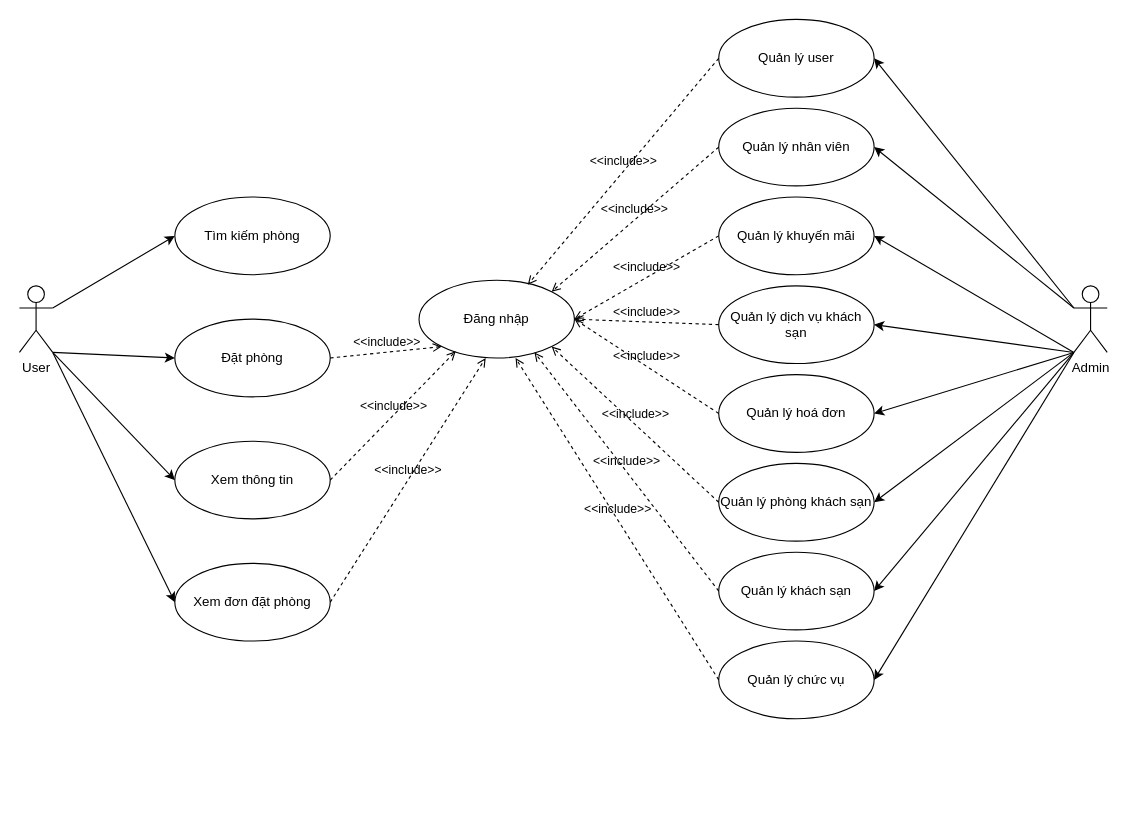
Before: doan_usecase.drawio in alikuxac/alikuxac, a draw.io diagram. Source tidied: cells renumbered, new cells numbered last; positions are measured from the earlier drawing's top-left corner, leaving out a move shared by most shapes. Both pictures are drawn from the tidied source at 111%, with x=0, y=0 at pixel (19, 19).
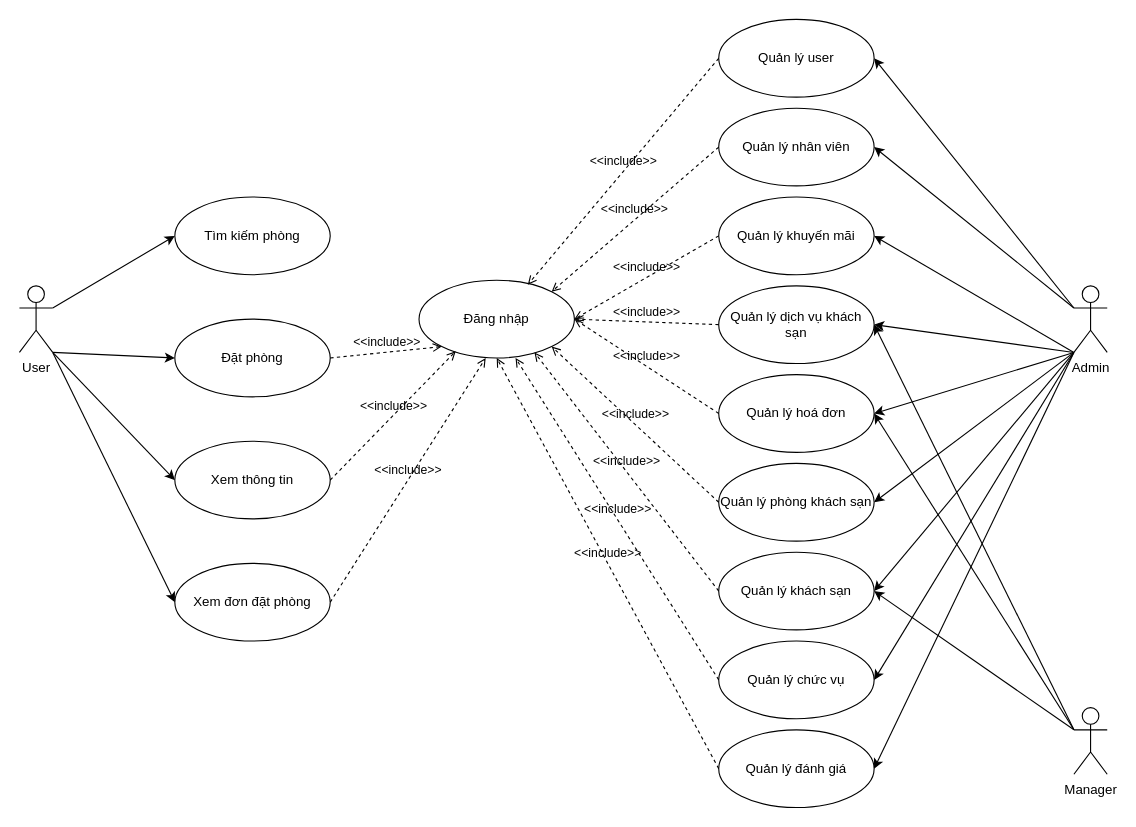
The same page after the edit.

The change refers to these unchanged cells:
```xml
<mxCell id="3" value="Admin" style="shape=umlActor;verticalLabelPosition=bottom;verticalAlign=top;html=1;" parent="1" vertex="1">
  <mxGeometry x="950" y="240" width="30" height="60" as="geometry" />
</mxCell>
<mxCell id="4" value="Đăng nhập" style="ellipse;whiteSpace=wrap;html=1;" parent="1" vertex="1">
  <mxGeometry x="360" y="235" width="140" height="70" as="geometry" />
</mxCell>
<mxCell id="5" value="Quản lý khách sạn" style="ellipse;whiteSpace=wrap;html=1;" parent="1" vertex="1">
  <mxGeometry x="630" y="480" width="140" height="70" as="geometry" />
</mxCell>
<mxCell id="14" value="Quản lý hoá đơn" style="ellipse;whiteSpace=wrap;html=1;" parent="1" vertex="1">
  <mxGeometry x="630" y="320" width="140" height="70" as="geometry" />
</mxCell>
<mxCell id="16" value="Quản lý dịch vụ khách sạn" style="ellipse;whiteSpace=wrap;html=1;" parent="1" vertex="1">
  <mxGeometry x="630" y="240" width="140" height="70" as="geometry" />
</mxCell>
```

Diff of the diagram source:
```diff
@@
+    <mxCell id="40" value="Manager" style="shape=umlActor;verticalLabelPosition=bottom;verticalAlign=top;html=1;outlineConnect=0;" parent="1" vertex="1">
+      <mxGeometry x="950" y="620" width="30" height="60" as="geometry" />
+    </mxCell>
+    <mxCell id="41" style="endArrow=classic;html=1;rounded=0;exitX=0;exitY=0.3333333333333333;exitDx=0;exitDy=0;exitPerimeter=0;entryX=1;entryY=0.5;entryDx=0;entryDy=0;" parent="1" edge="1" source="40" target="16">
+      <mxGeometry relative="1" as="geometry" />
+    </mxCell>
+    <mxCell id="42" style="endArrow=classic;html=1;rounded=0;exitX=0;exitY=0.3333333333333333;exitDx=0;exitDy=0;exitPerimeter=0;entryX=1;entryY=0.5;entryDx=0;entryDy=0;" parent="1" edge="1" source="40" target="14">
+      <mxGeometry relative="1" as="geometry" />
+    </mxCell>
+    <mxCell id="43" style="endArrow=classic;html=1;rounded=0;exitX=0;exitY=0.3333333333333333;exitDx=0;exitDy=0;exitPerimeter=0;entryX=1;entryY=0.5;entryDx=0;entryDy=0;" parent="1" edge="1" source="40" target="5">
+      <mxGeometry relative="1" as="geometry" />
+    </mxCell>
+    <mxCell id="44" value="Quản lý đánh giá" style="ellipse;whiteSpace=wrap;html=1;" parent="1" vertex="1">
+      <mxGeometry x="630" y="640" width="140" height="70" as="geometry" />
+    </mxCell>
+    <mxCell id="45" value="&amp;lt;&amp;lt;include&amp;gt;&amp;gt;" style="html=1;verticalAlign=bottom;labelBackgroundColor=none;endArrow=open;endFill=0;dashed=1;rounded=0;exitX=0;exitY=0.5;exitDx=0;exitDy=0;entryX=0.5;entryY=1;entryDx=0;entryDy=0;" parent="1" edge="1" source="44" target="4">
+      <mxGeometry relative="1" as="geometry" />
+    </mxCell>
+    <mxCell id="46" style="endArrow=classic;html=1;rounded=0;entryX=1;entryY=0.5;entryDx=0;entryDy=0;exitX=0;exitY=1;exitDx=0;exitDy=0;exitPerimeter=0;" parent="1" edge="1" source="3" target="44">
+      <mxGeometry relative="1" as="geometry" />
+    </mxCell>
```
